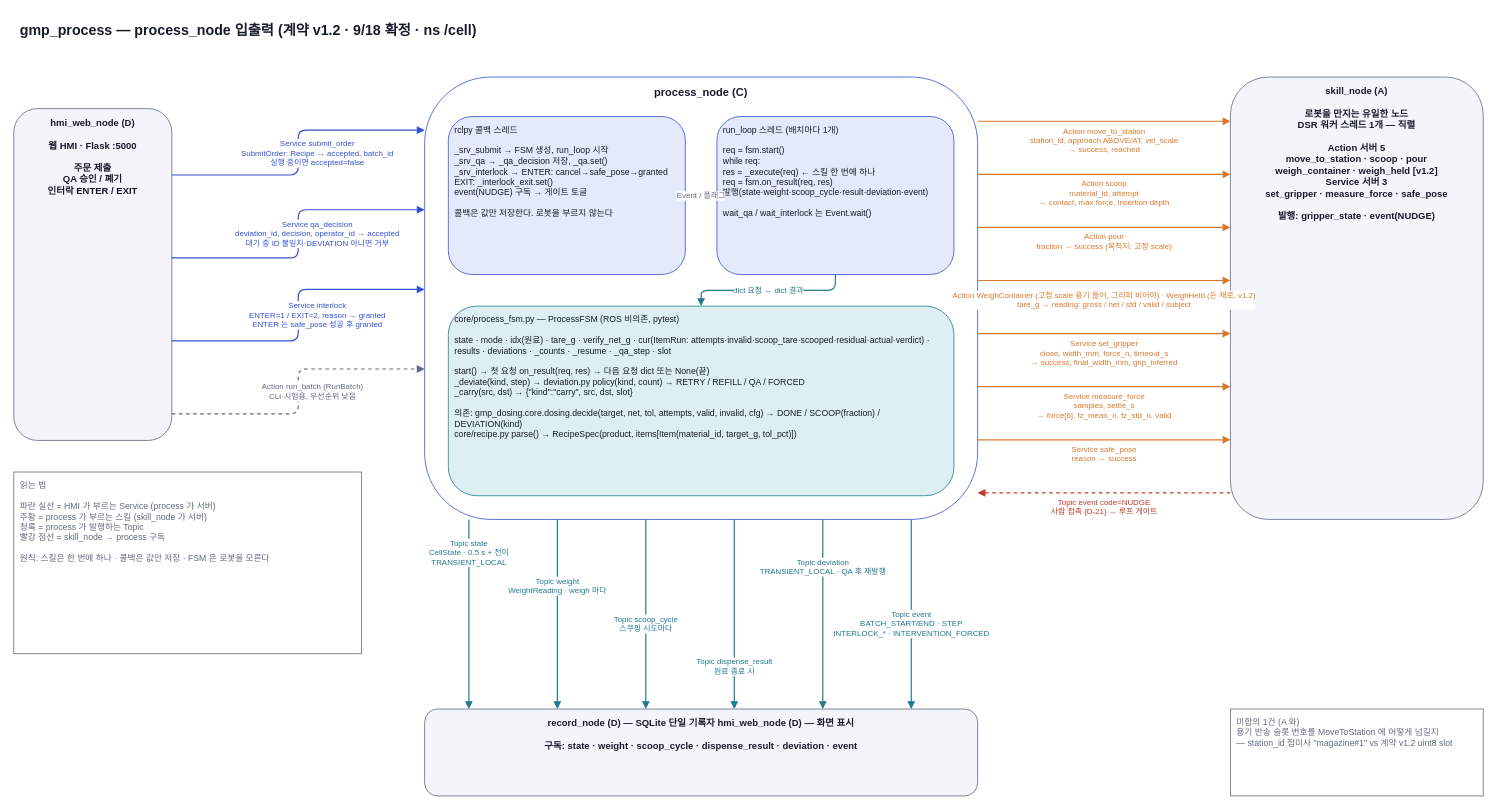
The draw.io diagram page "1 노드 입출력" (1 of 4) of docs/diagrams/process_flow.drawio in Jik-Kim/auto-pharmacist, before the edit. Source tidied: cells renumbered, new cells numbered last; positions are measured from the earlier drawing's top-left corner, leaving out a move shared by most shapes. Both pictures are drawn from the tidied source at 79%, with x=0, y=0 at pixel (13, 13).
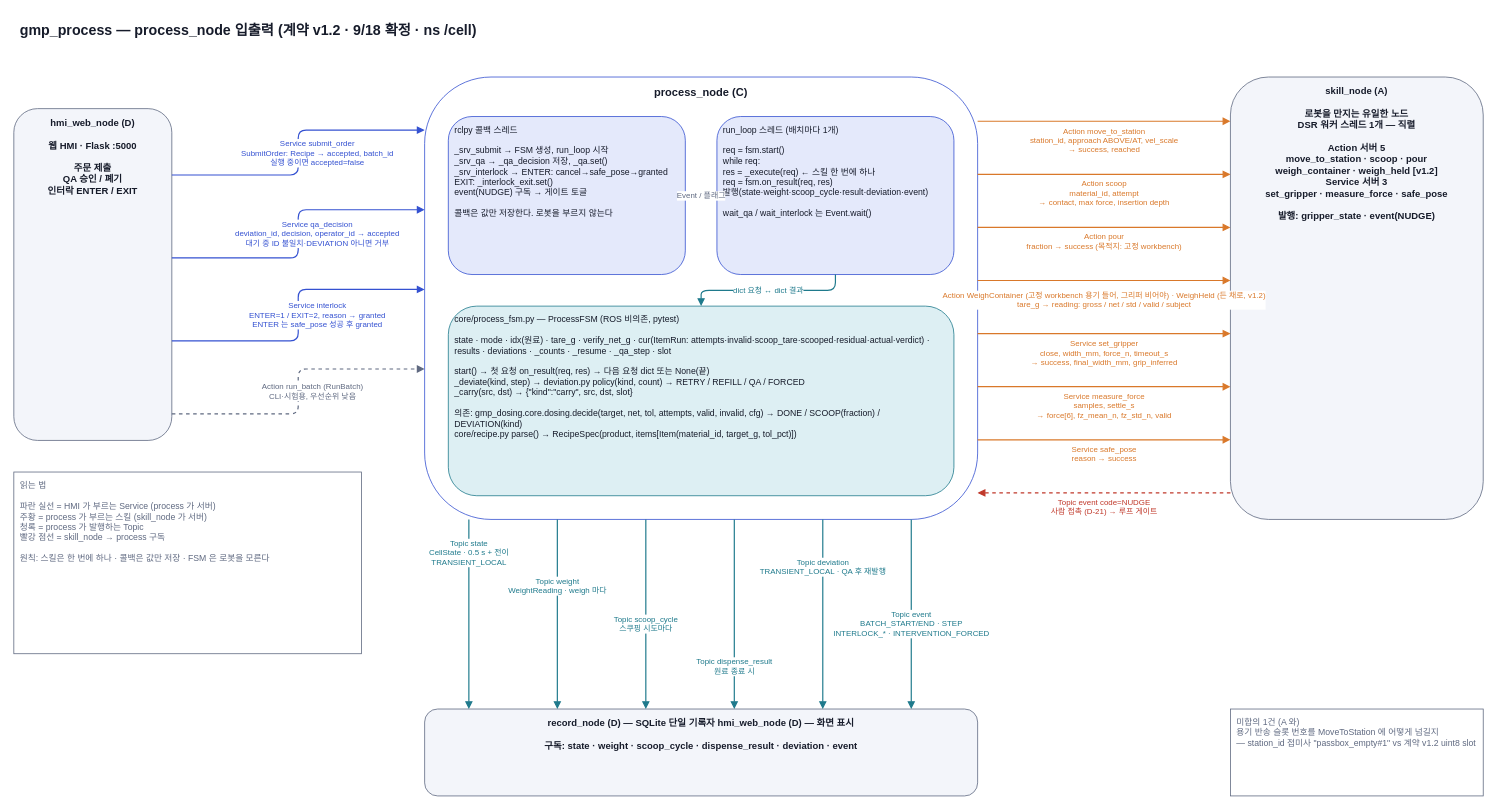
The same page after the edit.

The change refers to these unchanged cells:
```xml
<mxCell id="4" value="process_node (C)" style="rounded=1;whiteSpace=wrap;html=1;fillColor=#FFFFFF;strokeColor=#3451D1;fontColor=#161B2A;fontSize=14;align=center;verticalAlign=top;spacingTop=4;spacingLeft=6;spacingRight=6;fontStyle=1;" parent="1" vertex="1">
  <mxGeometry x="520" y="80" width="700" height="560" as="geometry" />
</mxCell>
<mxCell id="10" value="skill_node (A)&lt;br&gt;&lt;br&gt;로봇을 만지는 유일한 노드&lt;br&gt;DSR 워커 스레드 1개 — 직렬&lt;br&gt;&lt;br&gt;Action 서버 5&lt;br&gt;  move_to_station · scoop · pour&lt;br&gt;  weigh_container · weigh_held [v1.2]&lt;br&gt;Service 서버 3&lt;br&gt;  set_gripper · measure_force · safe_pose&lt;br&gt;&lt;br&gt;발행: gripper_state · event(NUDGE)" style="rounded=1;whiteSpace=wrap;html=1;fillColor=#F3F5FA;strokeColor=#5F6980;fontColor=#161B2A;fontSize=12;align=center;verticalAlign=top;spacingTop=4;spacingLeft=6;spacingRight=6;fontStyle=1;" parent="1" vertex="1">
  <mxGeometry x="1540" y="80" width="320" height="560" as="geometry" />
</mxCell>
```

Change to the diagram source:
```diff
@@
-    <mxCell id="18" value="Action pour&lt;br&gt;fraction → success (목적지: 고정 scale)" style="edgeStyle=orthogonalEdgeStyle;rounded=1;html=1;endArrow=block;endFill=1;strokeColor=#D9782A;strokeWidth=1.5;fontColor=#D9782A;fontSize=10;labelBackgroundColor=#FFFFFF;exitX=1;exitY=0.34;exitDx=0;exitDy=0;entryX=0;entryY=0.34;entryDx=0;entryDy=0;" parent="1" edge="1" source="4" target="10">
+    <mxCell id="18" value="Action pour&lt;br&gt;fraction → success (목적지: 고정 workbench)" style="edgeStyle=orthogonalEdgeStyle;rounded=1;html=1;endArrow=block;endFill=1;strokeColor=#D9782A;strokeWidth=1.5;fontColor=#D9782A;fontSize=10;labelBackgroundColor=#FFFFFF;exitX=1;exitY=0.34;exitDx=0;exitDy=0;entryX=0;entryY=0.34;entryDx=0;entryDy=0;" parent="1" edge="1" source="4" target="10">
       <mxGeometry y="-18" relative="1" as="geometry" />
     </mxCell>
-    <mxCell id="19" value="Action WeighContainer (고정 scale 용기 들어, 그리퍼 비어야) · WeighHeld (든 채로, v1.2)&lt;br&gt;tare_g → reading: gross / net / std / valid / subject" style="edgeStyle=orthogonalEdgeStyle;rounded=1;html=1;endArrow=block;endFill=1;strokeColor=#D9782A;strokeWidth=1.5;fontColor=#D9782A;fontSize=10;labelBackgroundColor=#FFFFFF;exitX=1;exitY=0.46;exitDx=0;exitDy=0;entryX=0;entryY=0.46;entryDx=0;entryDy=0;" parent="1" edge="1" source="4" target="10">
+    <mxCell id="19" value="Action WeighContainer (고정 workbench 용기 들어, 그리퍼 비어야) · WeighHeld (든 채로, v1.2)&lt;br&gt;tare_g → reading: gross / net / std / valid / subject" style="edgeStyle=orthogonalEdgeStyle;rounded=1;html=1;endArrow=block;endFill=1;strokeColor=#D9782A;strokeWidth=1.5;fontColor=#D9782A;fontSize=10;labelBackgroundColor=#FFFFFF;exitX=1;exitY=0.46;exitDx=0;exitDy=0;entryX=0;entryY=0.46;entryDx=0;entryDy=0;" parent="1" edge="1" source="4" target="10">
       <mxGeometry y="-24" relative="1" as="geometry" />
     </mxCell>
@@
-    <mxCell id="31" value="미합의 1건 (A 와)&lt;br&gt;용기 반송 슬롯 번호를 MoveToStation 에 어떻게 넘길지&lt;br&gt;— station_id 접미사 &quot;magazine#1&quot;  vs  계약 v1.2 uint8 slot" style="rounded=0;whiteSpace=wrap;html=1;fillColor=#FFFFFF;strokeColor=#5F6980;fontColor=#5F6980;fontSize=11;align=left;verticalAlign=top;spacingTop=4;spacingLeft=6;spacingRight=6;" parent="1" vertex="1">
+    <mxCell id="31" value="미합의 1건 (A 와)&lt;br&gt;용기 반송 슬롯 번호를 MoveToStation 에 어떻게 넘길지&lt;br&gt;— station_id 접미사 &quot;passbox_empty#1&quot;  vs  계약 v1.2 uint8 slot" style="rounded=0;whiteSpace=wrap;html=1;fillColor=#FFFFFF;strokeColor=#5F6980;fontColor=#5F6980;fontSize=11;align=left;verticalAlign=top;spacingTop=4;spacingLeft=6;spacingRight=6;" parent="1" vertex="1">
       <mxGeometry x="1540" y="880" width="320" height="110" as="geometry" />
     </mxCell>
```
